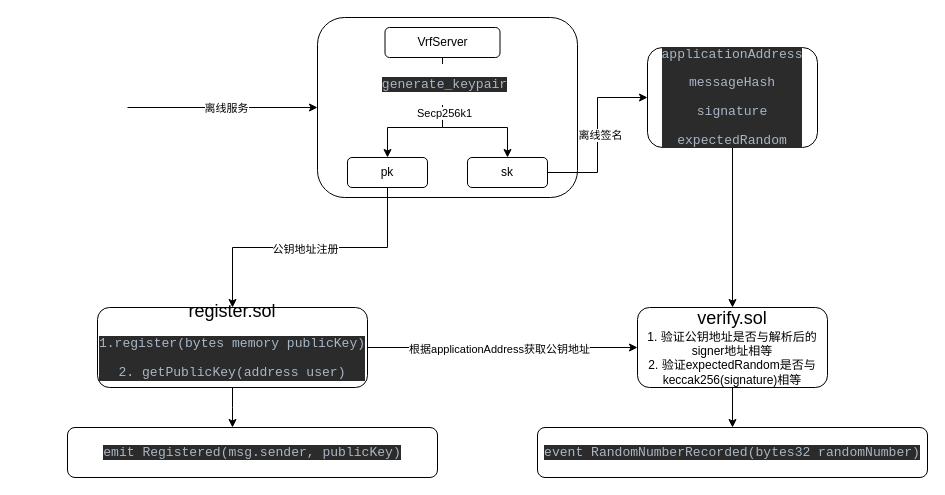
Above: vrf.drawio in chixiaowen/drawio (draw.io), before the change. Source tidied: cells renumbered, new cells numbered last; positions are measured from the earlier drawing's top-left corner, leaving out a move shared by most shapes. Both pictures are drawn from the tidied source at 100%, with x=0, y=0 at pixel (67, 17).
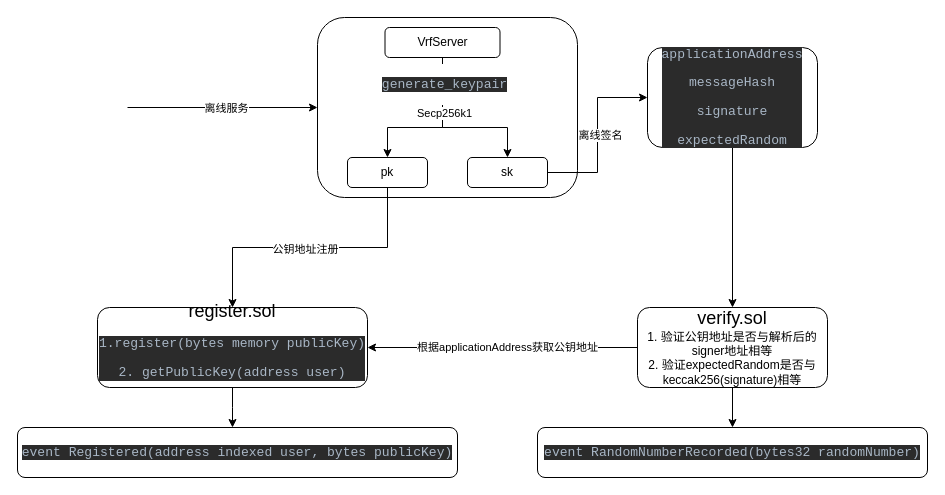
The same page after the edit.

Unchanged cells that the change refers to:
```xml
<mxCell id="5" value="&lt;font style=&quot;font-size: 18px;&quot;&gt;register.sol&lt;/font&gt;&lt;br&gt;&lt;div style=&quot;background-color:#2b2b2b;color:#a9b7c6&quot;&gt;&lt;pre style=&quot;font-family:'JetBrains Mono',monospace;font-size:9.8pt;&quot;&gt;1.register(bytes memory publicKey)&lt;/pre&gt;&lt;pre style=&quot;font-family:'JetBrains Mono',monospace;font-size:9.8pt;&quot;&gt;2. getPublicKey(address user)&lt;/pre&gt;&lt;/div&gt;" style="rounded=1;whiteSpace=wrap;html=1;" parent="1" vertex="1">
  <mxGeometry x="30" y="290" width="270" height="80" as="geometry" />
</mxCell>
<mxCell id="7" value="&lt;font style=&quot;font-size: 18px;&quot;&gt;verify.sol&lt;/font&gt;&lt;br&gt;1. 验证公钥地址是否与解析后的signer地址相等&lt;br&gt;2. 验证expectedRandom是否与keccak256(signature)相等" style="rounded=1;whiteSpace=wrap;html=1;" parent="1" vertex="1">
  <mxGeometry x="570" y="290" width="190" height="80" as="geometry" />
</mxCell>
```

What changed in the source:
```diff
@@
-    <mxCell id="3" style="edgeStyle=orthogonalEdgeStyle;rounded=0;jettySize=auto;html=1;entryX=0;entryY=0.5;entryDx=0;entryDy=0;" parent="1" edge="1" source="5" target="7">
+    <mxCell id="3" style="edgeStyle=orthogonalEdgeStyle;rounded=0;jettySize=auto;html=1;entryX=1;entryY=0.5;entryDx=0;entryDy=0;exitX=0;exitY=0.5;exitDx=0;exitDy=0;" parent="1" edge="1" source="7" target="5">
       <mxGeometry relative="1" as="geometry" />
     </mxCell>
@@
-    <mxCell id="24" value="&lt;div style=&quot;background-color:#2b2b2b;color:#a9b7c6&quot;&gt;&lt;pre style=&quot;font-family:'JetBrains Mono',monospace;font-size:9.8pt;&quot;&gt;emit Registered(msg.sender, publicKey)&lt;/pre&gt;&lt;/div&gt;" style="rounded=1;whiteSpace=wrap;html=1;" parent="1" vertex="1">
-      <mxGeometry y="410" width="370" height="50" as="geometry" />
+    <mxCell id="24" value="&lt;div style=&quot;background-color:#2b2b2b;color:#a9b7c6&quot;&gt;&lt;pre style=&quot;font-family:'JetBrains Mono',monospace;font-size:9.8pt;&quot;&gt;&lt;div&gt;&lt;pre style=&quot;font-family:'JetBrains Mono',monospace;font-size:9.8pt;&quot;&gt;event Registered(address indexed user, bytes publicKey)&lt;/pre&gt;&lt;/div&gt;&lt;/pre&gt;&lt;/div&gt;" style="rounded=1;whiteSpace=wrap;html=1;" parent="1" vertex="1">
+      <mxGeometry x="-50" y="410" width="440" height="50" as="geometry" />
     </mxCell>
```
